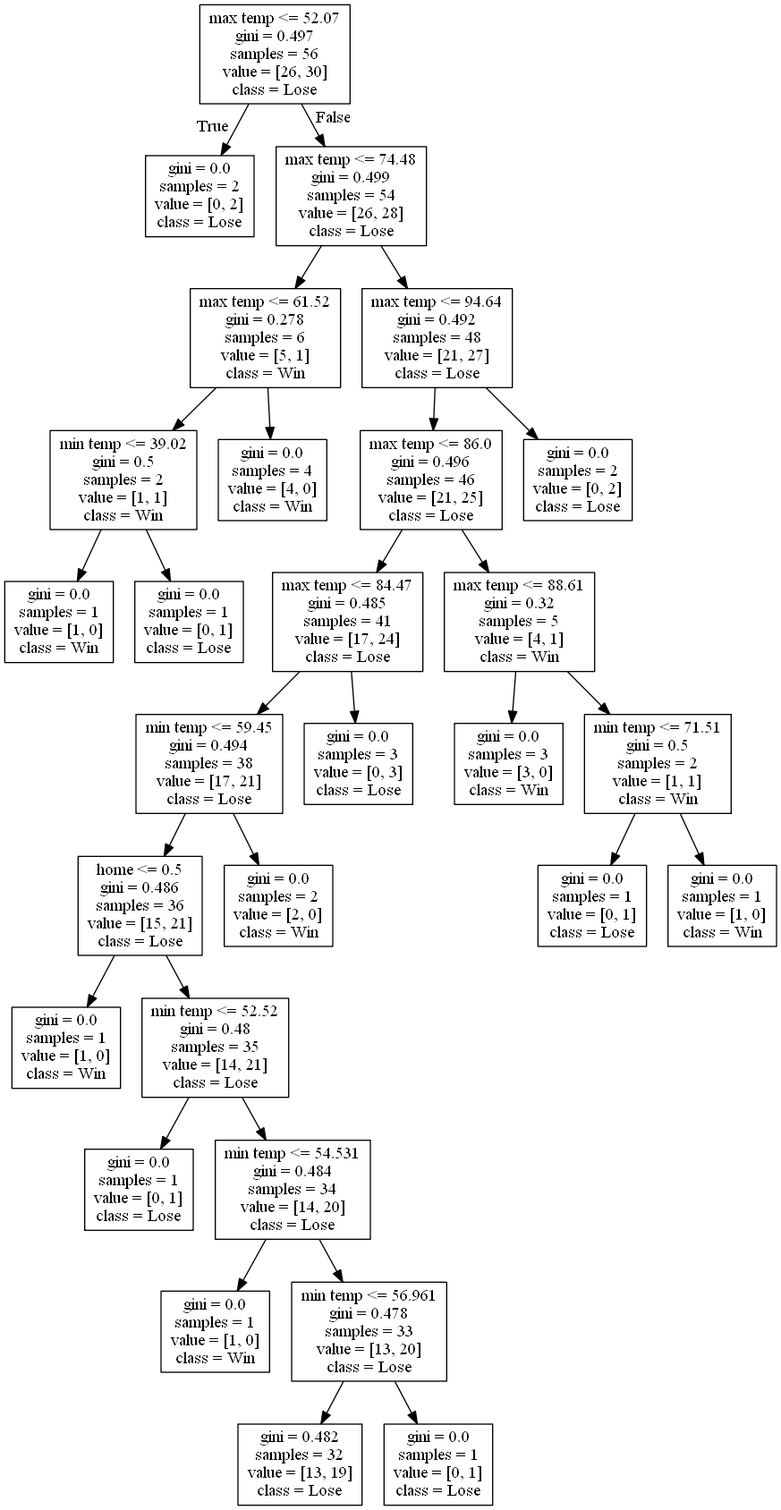
Before: DecisionTrees/decision_tree_no_score_or_attendance8.png, a diagram exported from Graphviz (alexana-steck/CSE482Project). Its source is kept beside it as DecisionTrees/decision_tree_no_score_or_attendance8.dot.
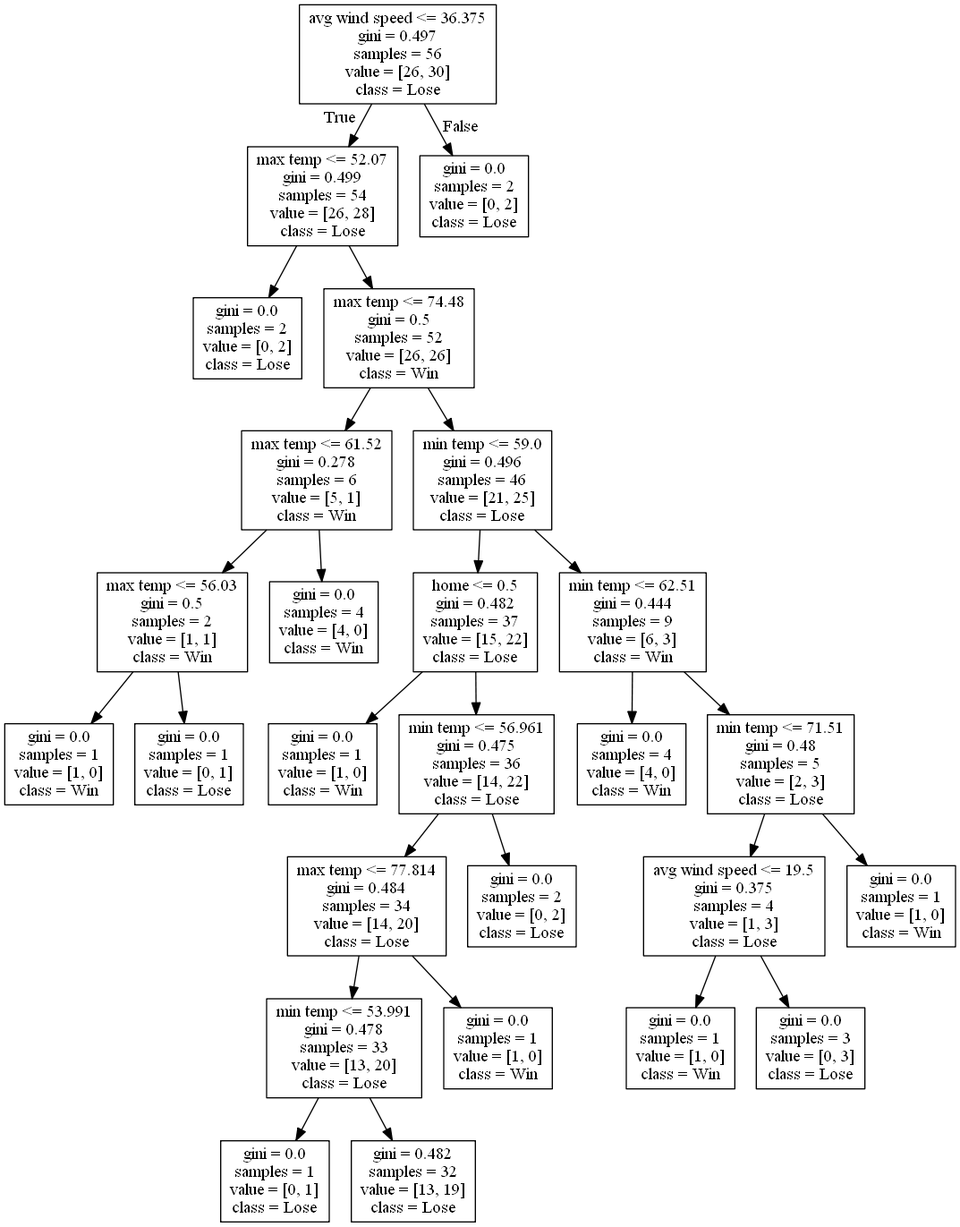
Above is the later version.

The edit, as a diff of the source:
```diff
@@ -1,60 +1,56 @@
 digraph Tree {
 node [shape=box] ;
-0 [label="max temp <= 52.07\ngini = 0.497\nsamples = 56\nvalue = [26, 30]\nclass = Lose"] ;
-1 [label="gini = 0.0\nsamples = 2\nvalue = [0, 2]\nclass = Lose"] ;
+0 [label="avg wind speed <= 36.375\ngini = 0.497\nsamples = 56\nvalue = [26, 30]\nclass = Lose"] ;
+1 [label="max temp <= 52.07\ngini = 0.499\nsamples = 54\nvalue = [26, 28]\nclass = Lose"] ;
 0 -> 1 [labeldistance=2.5, labelangle=45, headlabel="True"] ;
-2 [label="max temp <= 74.48\ngini = 0.499\nsamples = 54\nvalue = [26, 28]\nclass = Lose"] ;
-0 -> 2 [labeldistance=2.5, labelangle=-45, headlabel="False"] ;
-3 [label="max temp <= 61.52\ngini = 0.278\nsamples = 6\nvalue = [5, 1]\nclass = Win"] ;
-2 -> 3 ;
-4 [label="min temp <= 39.02\ngini = 0.5\nsamples = 2\nvalue = [1, 1]\nclass = Win"] ;
+2 [label="gini = 0.0\nsamples = 2\nvalue = [0, 2]\nclass = Lose"] ;
+1 -> 2 ;
+3 [label="max temp <= 74.48\ngini = 0.5\nsamples = 52\nvalue = [26, 26]\nclass = Win"] ;
+1 -> 3 ;
+4 [label="max temp <= 61.52\ngini = 0.278\nsamples = 6\nvalue = [5, 1]\nclass = Win"] ;
 3 -> 4 ;
-5 [label="gini = 0.0\nsamples = 1\nvalue = [1, 0]\nclass = Win"] ;
+5 [label="max temp <= 56.03\ngini = 0.5\nsamples = 2\nvalue = [1, 1]\nclass = Win"] ;
 4 -> 5 ;
-6 [label="gini = 0.0\nsamples = 1\nvalue = [0, 1]\nclass = Lose"] ;
-4 -> 6 ;
-7 [label="gini = 0.0\nsamples = 4\nvalue = [4, 0]\nclass = Win"] ;
-3 -> 7 ;
-8 [label="max temp <= 94.64\ngini = 0.492\nsamples = 48\nvalue = [21, 27]\nclass = Lose"] ;
-2 -> 8 ;
-9 [label="max temp <= 86.0\ngini = 0.496\nsamples = 46\nvalue = [21, 25]\nclass = Lose"] ;
-8 -> 9 ;
-10 [label="max temp <= 84.47\ngini = 0.485\nsamples = 41\nvalue = [17, 24]\nclass = Lose"] ;
+6 [label="gini = 0.0\nsamples = 1\nvalue = [1, 0]\nclass = Win"] ;
+5 -> 6 ;
+7 [label="gini = 0.0\nsamples = 1\nvalue = [0, 1]\nclass = Lose"] ;
+5 -> 7 ;
+8 [label="gini = 0.0\nsamples = 4\nvalue = [4, 0]\nclass = Win"] ;
+4 -> 8 ;
+9 [label="min temp <= 59.0\ngini = 0.496\nsamples = 46\nvalue = [21, 25]\nclass = Lose"] ;
+3 -> 9 ;
+10 [label="home <= 0.5\ngini = 0.482\nsamples = 37\nvalue = [15, 22]\nclass = Lose"] ;
 9 -> 10 ;
-11 [label="min temp <= 59.45\ngini = 0.494\nsamples = 38\nvalue = [17, 21]\nclass = Lose"] ;
+11 [label="gini = 0.0\nsamples = 1\nvalue = [1, 0]\nclass = Win"] ;
 10 -> 11 ;
-12 [label="home <= 0.5\ngini = 0.486\nsamples = 36\nvalue = [15, 21]\nclass = Lose"] ;
-11 -> 12 ;
-13 [label="gini = 0.0\nsamples = 1\nvalue = [1, 0]\nclass = Win"] ;
+12 [label="min temp <= 56.961\ngini = 0.475\nsamples = 36\nvalue = [14, 22]\nclass = Lose"] ;
+10 -> 12 ;
+13 [label="max temp <= 77.814\ngini = 0.484\nsamples = 34\nvalue = [14, 20]\nclass = Lose"] ;
 12 -> 13 ;
-14 [label="min temp <= 52.52\ngini = 0.48\nsamples = 35\nvalue = [14, 21]\nclass = Lose"] ;
-12 -> 14 ;
+14 [label="min temp <= 53.991\ngini = 0.478\nsamples = 33\nvalue = [13, 20]\nclass = Lose"] ;
+13 -> 14 ;
 15 [label="gini = 0.0\nsamples = 1\nvalue = [0, 1]\nclass = Lose"] ;
 14 -> 15 ;
-16 [label="min temp <= 54.531\ngini = 0.484\nsamples = 34\nvalue = [14, 20]\nclass = Lose"] ;
+16 [label="gini = 0.482\nsamples = 32\nvalue = [13, 19]\nclass = Lose"] ;
 14 -> 16 ;
 17 [label="gini = 0.0\nsamples = 1\nvalue = [1, 0]\nclass = Win"] ;
-16 -> 17 ;
-18 [label="min temp <= 56.961\ngini = 0.478\nsamples = 33\nvalue = [13, 20]\nclass = Lose"] ;
-16 -> 18 ;
-19 [label="gini = 0.482\nsamples = 32\nvalue = [13, 19]\nclass = Lose"] ;
-18 -> 19 ;
-20 [label="gini = 0.0\nsamples = 1\nvalue = [0, 1]\nclass = Lose"] ;
-18 -> 20 ;
-21 [label="gini = 0.0\nsamples = 2\nvalue = [2, 0]\nclass = Win"] ;
-11 -> 21 ;
-22 [label="gini = 0.0\nsamples = 3\nvalue = [0, 3]\nclass = Lose"] ;
-10 -> 22 ;
-23 [label="max temp <= 88.61\ngini = 0.32\nsamples = 5\nvalue = [4, 1]\nclass = Win"] ;
-9 -> 23 ;
-24 [label="gini = 0.0\nsamples = 3\nvalue = [3, 0]\nclass = Win"] ;
-23 -> 24 ;
-25 [label="min temp <= 71.51\ngini = 0.5\nsamples = 2\nvalue = [1, 1]\nclass = Win"] ;
-23 -> 25 ;
-26 [label="gini = 0.0\nsamples = 1\nvalue = [0, 1]\nclass = Lose"] ;
-25 -> 26 ;
-27 [label="gini = 0.0\nsamples = 1\nvalue = [1, 0]\nclass = Win"] ;
-25 -> 27 ;
-28 [label="gini = 0.0\nsamples = 2\nvalue = [0, 2]\nclass = Lose"] ;
-8 -> 28 ;
+13 -> 17 ;
+18 [label="gini = 0.0\nsamples = 2\nvalue = [0, 2]\nclass = Lose"] ;
+12 -> 18 ;
+19 [label="min temp <= 62.51\ngini = 0.444\nsamples = 9\nvalue = [6, 3]\nclass = Win"] ;
+9 -> 19 ;
+20 [label="gini = 0.0\nsamples = 4\nvalue = [4, 0]\nclass = Win"] ;
+19 -> 20 ;
+21 [label="min temp <= 71.51\ngini = 0.48\nsamples = 5\nvalue = [2, 3]\nclass = Lose"] ;
+19 -> 21 ;
+22 [label="avg wind speed <= 19.5\ngini = 0.375\nsamples = 4\nvalue = [1, 3]\nclass = Lose"] ;
+21 -> 22 ;
+23 [label="gini = 0.0\nsamples = 1\nvalue = [1, 0]\nclass = Win"] ;
+22 -> 23 ;
+24 [label="gini = 0.0\nsamples = 3\nvalue = [0, 3]\nclass = Lose"] ;
+22 -> 24 ;
+25 [label="gini = 0.0\nsamples = 1\nvalue = [1, 0]\nclass = Win"] ;
+21 -> 25 ;
+26 [label="gini = 0.0\nsamples = 2\nvalue = [0, 2]\nclass = Lose"] ;
+0 -> 26 [labeldistance=2.5, labelangle=-45, headlabel="False"] ;
 }
```
